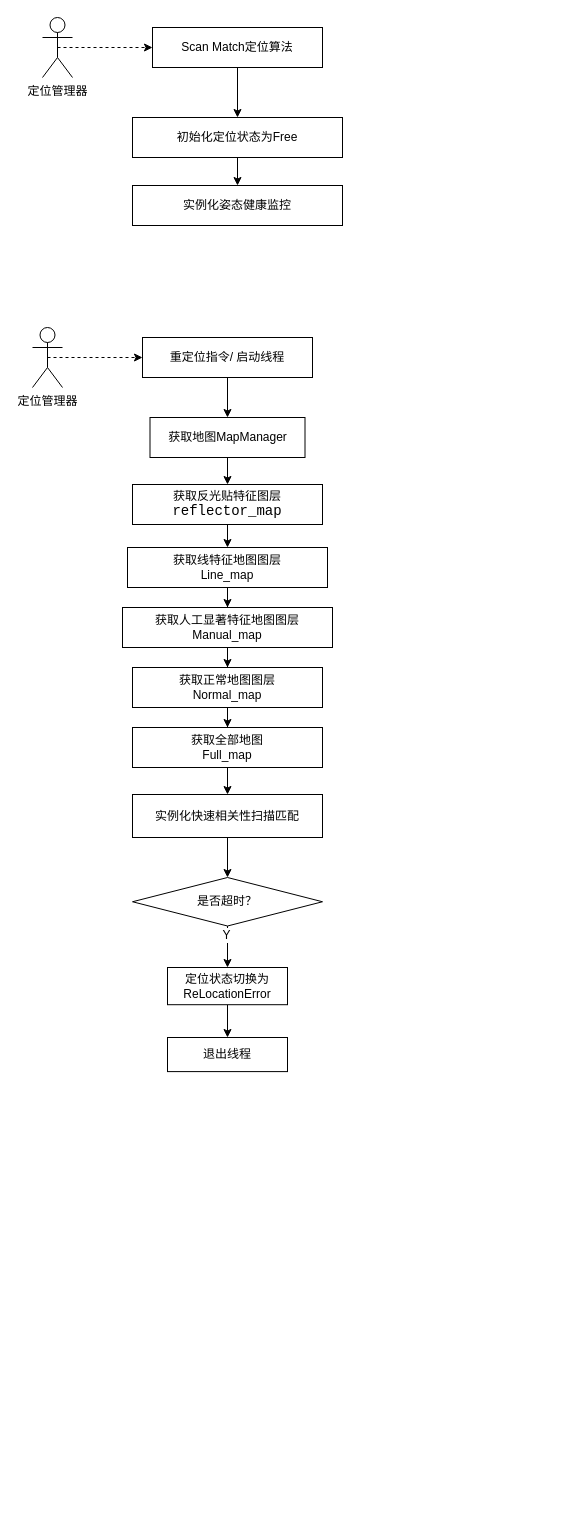
The draw.io diagram page "Scan Match" (3 of 3) of 定位调用.drawio in sdu-rjy/doc, before the edit. Source tidied: cells renumbered, new cells numbered last; positions are measured from the earlier drawing's top-left corner, leaving out a move shared by most shapes. Both pictures are drawn from the tidied source at 100%, with x=0, y=0 at pixel (32, 17).
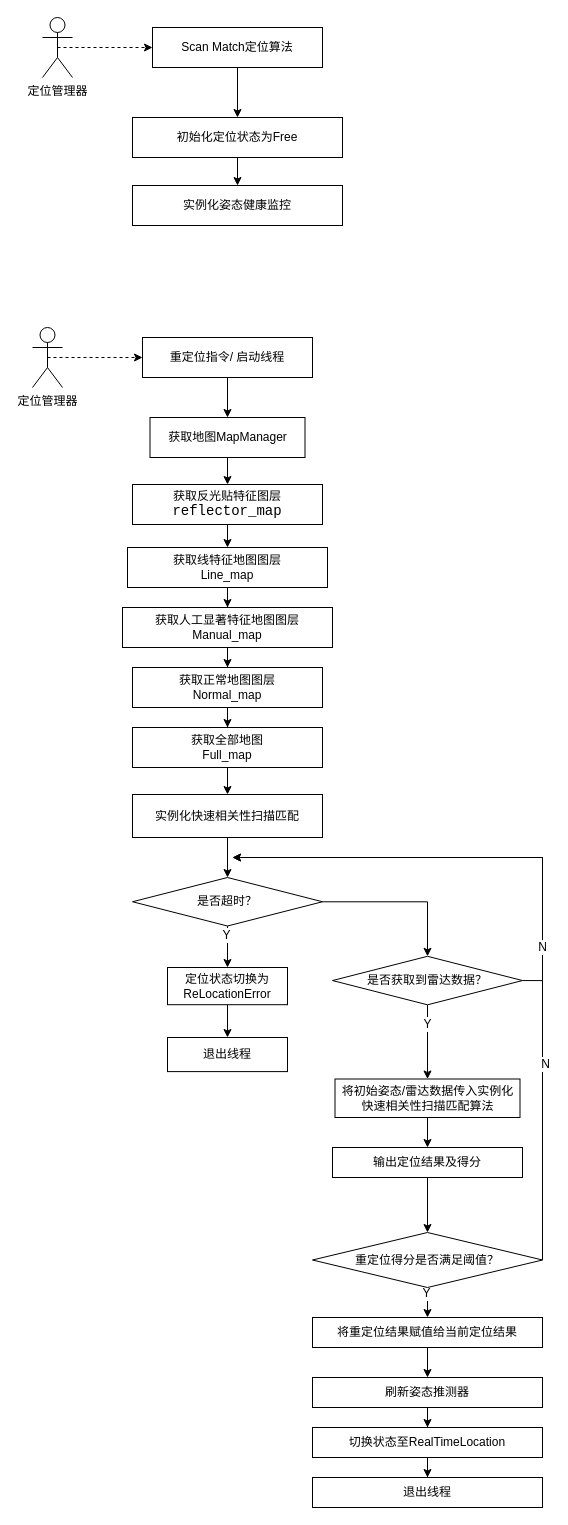
The same page after the edit.

Commit message:
更新定位调用.drawio

Unchanged cells that the change refers to:
```xml
<mxCell id="30" value="是否超时？" style="rhombus;whiteSpace=wrap;html=1;rounded=0;" parent="1" vertex="1">
  <mxGeometry x="100" y="860" width="190" height="48.5" as="geometry" />
</mxCell>
```

Change to the diagram source:
```diff
@@
+    <mxCell id="34" style="edgeStyle=orthogonalEdgeStyle;rounded=0;jettySize=auto;html=1;exitX=1;exitY=0.5;exitDx=0;exitDy=0;fontFamily=Helvetica;fontSize=12;fontColor=default;" parent="1" edge="1" source="48">
+      <mxGeometry relative="1" as="geometry">
+        <mxPoint x="200" y="840" as="targetPoint" />
+        <Array as="points">
+          <mxPoint x="510" y="840" />
+        </Array>
+      </mxGeometry>
+    </mxCell>
+    <mxCell id="35" value="N" style="edgeLabel;html=1;align=center;verticalAlign=middle;rounded=0;strokeColor=default;fontFamily=Helvetica;fontSize=12;fontColor=default;fillColor=default;" parent="34" vertex="1">
+      <mxGeometry x="-0.45" y="-2" relative="1" as="geometry" />
+    </mxCell>
@@
+    <mxCell id="36" style="edgeStyle=orthogonalEdgeStyle;rounded=0;jettySize=auto;html=1;fontFamily=Helvetica;fontSize=12;fontColor=default;" parent="1" edge="1" source="30" target="41">
+      <mxGeometry relative="1" as="geometry" />
+    </mxCell>
@@
+    <mxCell id="37" style="edgeStyle=orthogonalEdgeStyle;rounded=0;jettySize=auto;html=1;fontFamily=Helvetica;fontSize=12;fontColor=default;" parent="1" edge="1" source="41" target="43">
+      <mxGeometry relative="1" as="geometry" />
+    </mxCell>
+    <mxCell id="38" value="Y" style="edgeLabel;html=1;align=center;verticalAlign=middle;rounded=0;strokeColor=default;fontFamily=Helvetica;fontSize=12;fontColor=default;fillColor=default;" parent="37" vertex="1">
+      <mxGeometry x="-0.48" y="-1" relative="1" as="geometry" />
+    </mxCell>
+    <mxCell id="39" style="edgeStyle=orthogonalEdgeStyle;rounded=0;jettySize=auto;html=1;exitX=1;exitY=0.5;exitDx=0;exitDy=0;fontFamily=Helvetica;fontSize=12;fontColor=default;" parent="1" edge="1" source="41">
+      <mxGeometry relative="1" as="geometry">
+        <mxPoint x="200" y="840" as="targetPoint" />
+        <Array as="points">
+          <mxPoint x="510" y="963" />
+          <mxPoint x="510" y="840" />
+          <mxPoint x="200" y="840" />
+        </Array>
+      </mxGeometry>
+    </mxCell>
+    <mxCell id="40" value="N" style="edgeLabel;html=1;align=center;verticalAlign=middle;rounded=0;strokeColor=default;fontFamily=Helvetica;fontSize=12;fontColor=default;fillColor=default;" parent="39" vertex="1">
+      <mxGeometry x="-0.76" y="1" relative="1" as="geometry" />
+    </mxCell>
+    <mxCell id="41" value="是否获取到雷达数据？" style="rhombus;whiteSpace=wrap;html=1;rounded=0;" parent="1" vertex="1">
+      <mxGeometry x="300" y="938.8" width="190" height="48.5" as="geometry" />
+    </mxCell>
+    <mxCell id="42" style="edgeStyle=orthogonalEdgeStyle;rounded=0;jettySize=auto;html=1;fontFamily=Helvetica;fontSize=12;fontColor=default;" parent="1" edge="1" source="43" target="45">
+      <mxGeometry relative="1" as="geometry" />
+    </mxCell>
+    <mxCell id="43" value="将初始姿态/雷达数据传入实例化快速相关性扫描匹配算法" style="whiteSpace=wrap;html=1;rounded=0;" parent="1" vertex="1">
+      <mxGeometry x="302.5" y="1061.5" width="185" height="38.5" as="geometry" />
+    </mxCell>
+    <mxCell id="44" style="edgeStyle=orthogonalEdgeStyle;rounded=0;jettySize=auto;html=1;fontFamily=Helvetica;fontSize=12;fontColor=default;" parent="1" edge="1" source="45" target="48">
+      <mxGeometry relative="1" as="geometry" />
+    </mxCell>
+    <mxCell id="45" value="输出定位结果及得分" style="rounded=0;whiteSpace=wrap;html=1;" parent="1" vertex="1">
+      <mxGeometry x="300" y="1130" width="190" height="30" as="geometry" />
+    </mxCell>
+    <mxCell id="46" style="edgeStyle=orthogonalEdgeStyle;rounded=0;jettySize=auto;html=1;fontFamily=Helvetica;fontSize=12;fontColor=default;" parent="1" edge="1" source="48" target="50">
+      <mxGeometry relative="1" as="geometry" />
+    </mxCell>
+    <mxCell id="47" value="Y" style="edgeLabel;html=1;align=center;verticalAlign=middle;rounded=0;strokeColor=default;fontFamily=Helvetica;fontSize=12;fontColor=default;fillColor=default;" parent="46" vertex="1">
+      <mxGeometry x="-0.79" y="-2" relative="1" as="geometry" />
+    </mxCell>
+    <mxCell id="48" value="重定位得分是否满足阈值？" style="rhombus;whiteSpace=wrap;html=1;rounded=0;" parent="1" vertex="1">
+      <mxGeometry x="280" y="1215" width="230" height="55" as="geometry" />
+    </mxCell>
+    <mxCell id="49" style="edgeStyle=orthogonalEdgeStyle;rounded=0;jettySize=auto;html=1;fontFamily=Helvetica;fontSize=12;fontColor=default;" parent="1" edge="1" source="50" target="52">
+      <mxGeometry relative="1" as="geometry" />
+    </mxCell>
+    <mxCell id="50" value="将重定位结果赋值给当前定位结果" style="rounded=0;whiteSpace=wrap;html=1;" parent="1" vertex="1">
+      <mxGeometry x="280" y="1300" width="230" height="30" as="geometry" />
+    </mxCell>
+    <mxCell id="51" style="edgeStyle=orthogonalEdgeStyle;rounded=0;jettySize=auto;html=1;fontFamily=Helvetica;fontSize=12;fontColor=default;" parent="1" edge="1" source="52" target="54">
+      <mxGeometry relative="1" as="geometry" />
+    </mxCell>
+    <mxCell id="52" value="刷新姿态推测器" style="whiteSpace=wrap;html=1;rounded=0;" parent="1" vertex="1">
+      <mxGeometry x="280" y="1360" width="230" height="30" as="geometry" />
+    </mxCell>
+    <mxCell id="53" style="edgeStyle=orthogonalEdgeStyle;rounded=0;jettySize=auto;html=1;fontFamily=Helvetica;fontSize=12;fontColor=default;" parent="1" edge="1" source="54" target="55">
+      <mxGeometry relative="1" as="geometry" />
+    </mxCell>
+    <mxCell id="54" value="切换状态至RealTimeLocation" style="rounded=0;whiteSpace=wrap;html=1;" parent="1" vertex="1">
+      <mxGeometry x="280" y="1410" width="230" height="30" as="geometry" />
+    </mxCell>
+    <mxCell id="55" value="退出线程" style="whiteSpace=wrap;html=1;rounded=0;" parent="1" vertex="1">
+      <mxGeometry x="280" y="1460" width="230" height="30" as="geometry" />
+    </mxCell>
```
